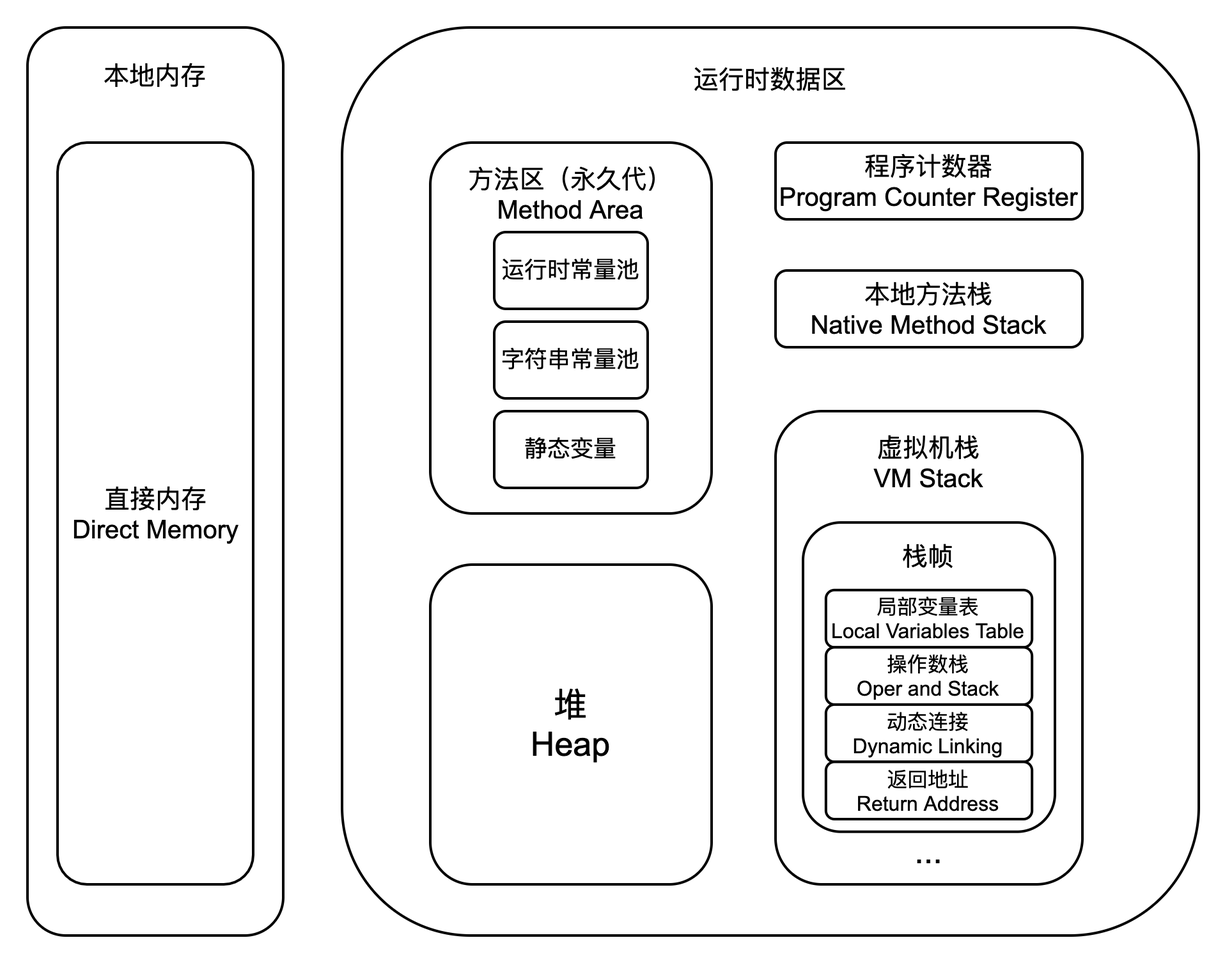
piaolingluo/piaolingluo.github.io keeps this draw.io diagram as src/notes/jvm/image/JVM内存区域-JDK1.6.png. Above is the earlier version. Source tidied: cells renumbered, new cells last; positions are measured from the earlier drawing's top-left corner, leaving out a move shared by most shapes. Its diagram source:
```xml
<mxGraphModel math="1">
  <root>
    <mxCell id="0" />
    <mxCell id="1" parent="0" />
    <mxCell id="2" style="rounded=1;whiteSpace=wrap;html=1;fontSize=20;" parent="1" vertex="1">
      <mxGeometry x="246" width="670" height="710" as="geometry" />
    </mxCell>
    <mxCell id="3" style="group;" parent="1" vertex="1">
      <mxGeometry x="315" y="420" width="220" height="250" as="geometry" />
    </mxCell>
    <mxCell id="4" style="rounded=1;whiteSpace=wrap;html=1;" parent="3" vertex="1">
      <mxGeometry width="220" height="250" as="geometry" />
    </mxCell>
    <mxCell id="5" value="&lt;font style=&quot;font-size: 26px&quot;&gt;堆&lt;br&gt;Heap&lt;br&gt;&lt;/font&gt;" style="text;html=1;strokeColor=none;fillColor=none;align=center;verticalAlign=middle;whiteSpace=wrap;rounded=0;" parent="3" vertex="1">
      <mxGeometry x="50" y="56.8" width="120" height="136.4" as="geometry" />
    </mxCell>
    <mxCell id="6" style="group;" parent="1" vertex="1">
      <mxGeometry x="315" y="90" width="220" height="300" as="geometry" />
    </mxCell>
    <mxCell id="7" style="rounded=1;whiteSpace=wrap;html=1;" parent="6" vertex="1">
      <mxGeometry width="220" height="290" as="geometry" />
    </mxCell>
    <mxCell id="8" style="group;" parent="6" vertex="1">
      <mxGeometry x="25" y="70" width="170" height="60" as="geometry" />
    </mxCell>
    <mxCell id="9" style="rounded=1;whiteSpace=wrap;html=1;" parent="8" vertex="1">
      <mxGeometry x="25" width="120" height="60" as="geometry" />
    </mxCell>
    <mxCell id="10" value="&lt;font style=&quot;font-size: 18px&quot;&gt;运行时常量池&lt;/font&gt;" style="text;html=1;strokeColor=none;fillColor=none;align=center;verticalAlign=middle;whiteSpace=wrap;rounded=0;" parent="8" vertex="1">
      <mxGeometry width="170" height="60" as="geometry" />
    </mxCell>
    <mxCell id="11" style="group;" parent="6" vertex="1">
      <mxGeometry x="25" y="140" width="170" height="60" as="geometry" />
    </mxCell>
    <mxCell id="12" style="rounded=1;whiteSpace=wrap;html=1;" parent="11" vertex="1">
      <mxGeometry x="25" width="120" height="60" as="geometry" />
    </mxCell>
    <mxCell id="13" value="&lt;font style=&quot;font-size: 18px&quot;&gt;字符串常量池&lt;/font&gt;" style="text;html=1;strokeColor=none;fillColor=none;align=center;verticalAlign=middle;whiteSpace=wrap;rounded=0;" parent="11" vertex="1">
      <mxGeometry width="170" height="60" as="geometry" />
    </mxCell>
    <mxCell id="14" value="&lt;font style=&quot;font-size: 20px&quot;&gt;方法区（永久代）&lt;br&gt;Method Area&lt;br&gt;&lt;/font&gt;" style="text;html=1;strokeColor=none;fillColor=none;align=center;verticalAlign=middle;whiteSpace=wrap;rounded=0;" parent="6" vertex="1">
      <mxGeometry x="15" y="10" width="190" height="60" as="geometry" />
    </mxCell>
    <mxCell id="15" style="group;" parent="6" vertex="1">
      <mxGeometry x="25" y="210" width="170" height="60" as="geometry" />
    </mxCell>
    <mxCell id="16" style="rounded=1;whiteSpace=wrap;html=1;" parent="15" vertex="1">
      <mxGeometry x="25" width="120" height="60" as="geometry" />
    </mxCell>
    <mxCell id="17" value="&lt;font style=&quot;font-size: 18px&quot;&gt;静态变量&lt;/font&gt;" style="text;html=1;strokeColor=none;fillColor=none;align=center;verticalAlign=middle;whiteSpace=wrap;rounded=0;" parent="15" vertex="1">
      <mxGeometry width="170" height="60" as="geometry" />
    </mxCell>
    <mxCell id="18" value="本地方法栈&lt;br&gt;Native Method Stack" style="rounded=1;whiteSpace=wrap;html=1;fontSize=20;" parent="1" vertex="1">
      <mxGeometry x="585" y="190" width="240" height="60" as="geometry" />
    </mxCell>
    <mxCell id="19" value="程序计数器&lt;br&gt;Program Counter Register" style="rounded=1;whiteSpace=wrap;html=1;fontSize=20;" parent="1" vertex="1">
      <mxGeometry x="585" y="90" width="240" height="60" as="geometry" />
    </mxCell>
    <mxCell id="20" style="group;" parent="1" vertex="1">
      <mxGeometry x="585" y="300" width="240" height="375" as="geometry" />
    </mxCell>
    <mxCell id="21" style="rounded=1;whiteSpace=wrap;html=1;fontSize=20;" parent="20" vertex="1">
      <mxGeometry width="240" height="370" as="geometry" />
    </mxCell>
    <mxCell id="22" style="group;" parent="20" vertex="1">
      <mxGeometry x="21.5" y="86.1" width="197" height="288.9" as="geometry" />
    </mxCell>
    <mxCell id="23" style="rounded=1;whiteSpace=wrap;html=1;" parent="22" vertex="1">
      <mxGeometry y="0.9" width="197" height="241.8" as="geometry" />
    </mxCell>
    <mxCell id="24" value="&lt;font style=&quot;font-size: 16px&quot;&gt;局部变量表&lt;br&gt;Local Variables Table&lt;br&gt;&lt;/font&gt;" style="rounded=1;whiteSpace=wrap;html=1;" parent="22" vertex="1">
      <mxGeometry x="17.9" y="53.7" width="161.2" height="44.8" as="geometry" />
    </mxCell>
    <mxCell id="25" value="&lt;font style=&quot;font-size: 16px&quot;&gt;操作数栈&lt;br&gt;Oper and Stack&lt;br&gt;&lt;/font&gt;" style="rounded=1;whiteSpace=wrap;html=1;" parent="22" vertex="1">
      <mxGeometry x="17.9" y="98.5" width="161.2" height="44.8" as="geometry" />
    </mxCell>
    <mxCell id="26" value="&lt;font style=&quot;font-size: 16px&quot;&gt;动态连接&lt;br&gt;Dynamic Linking&lt;br&gt;&lt;/font&gt;" style="rounded=1;whiteSpace=wrap;html=1;" parent="22" vertex="1">
      <mxGeometry x="17.9" y="143.3" width="161.2" height="44.8" as="geometry" />
    </mxCell>
    <mxCell id="27" value="&lt;font style=&quot;font-size: 16px&quot;&gt;返回地址&lt;br&gt;Return Address&lt;br&gt;&lt;/font&gt;" style="rounded=1;whiteSpace=wrap;html=1;" parent="22" vertex="1">
      <mxGeometry x="17.9" y="188.1" width="161.2" height="44.8" as="geometry" />
    </mxCell>
    <mxCell id="28" value="栈帧" style="text;html=1;strokeColor=none;fillColor=none;align=center;verticalAlign=middle;whiteSpace=wrap;rounded=0;fontSize=20;" parent="22" vertex="1">
      <mxGeometry x="44.8" width="107.5" height="53.7" as="geometry" />
    </mxCell>
    <mxCell id="29" value="&lt;font style=&quot;font-size: 26px&quot;&gt;...&lt;/font&gt;" style="text;html=1;strokeColor=none;fillColor=none;align=center;verticalAlign=middle;whiteSpace=wrap;rounded=0;fontSize=20;" parent="22" vertex="1">
      <mxGeometry x="38.5" y="228.9" width="120" height="60" as="geometry" />
    </mxCell>
    <mxCell id="30" value="虚拟机栈&lt;br&gt;VM Stack" style="text;html=1;strokeColor=none;fillColor=none;align=center;verticalAlign=middle;whiteSpace=wrap;rounded=0;fontSize=20;" parent="20" vertex="1">
      <mxGeometry x="60" y="10" width="120" height="60" as="geometry" />
    </mxCell>
    <mxCell id="31" value="运行时数据区" style="text;html=1;strokeColor=none;fillColor=none;align=center;verticalAlign=middle;whiteSpace=wrap;rounded=0;fontSize=20;" parent="1" vertex="1">
      <mxGeometry x="511" y="10" width="140" height="60" as="geometry" />
    </mxCell>
    <mxCell id="32" style="group;" parent="1" vertex="1">
      <mxGeometry width="200" height="710" as="geometry" />
    </mxCell>
    <mxCell id="33" style="rounded=1;whiteSpace=wrap;html=1;" parent="32" vertex="1">
      <mxGeometry width="200" height="710" as="geometry" />
    </mxCell>
    <mxCell id="34" value="&lt;span&gt;直接内存&lt;/span&gt;&lt;br&gt;&lt;span&gt;Direct Memory&lt;/span&gt;" style="rounded=1;whiteSpace=wrap;html=1;fontSize=20;" parent="32" vertex="1">
      <mxGeometry x="23.5" y="90" width="153" height="580" as="geometry" />
    </mxCell>
    <mxCell id="35" value="本地内存" style="text;html=1;strokeColor=none;fillColor=none;align=center;verticalAlign=middle;whiteSpace=wrap;rounded=0;fontSize=20;" parent="32" vertex="1">
      <mxGeometry x="30" width="140" height="73.4" as="geometry" />
    </mxCell>
  </root>
</mxGraphModel>
```
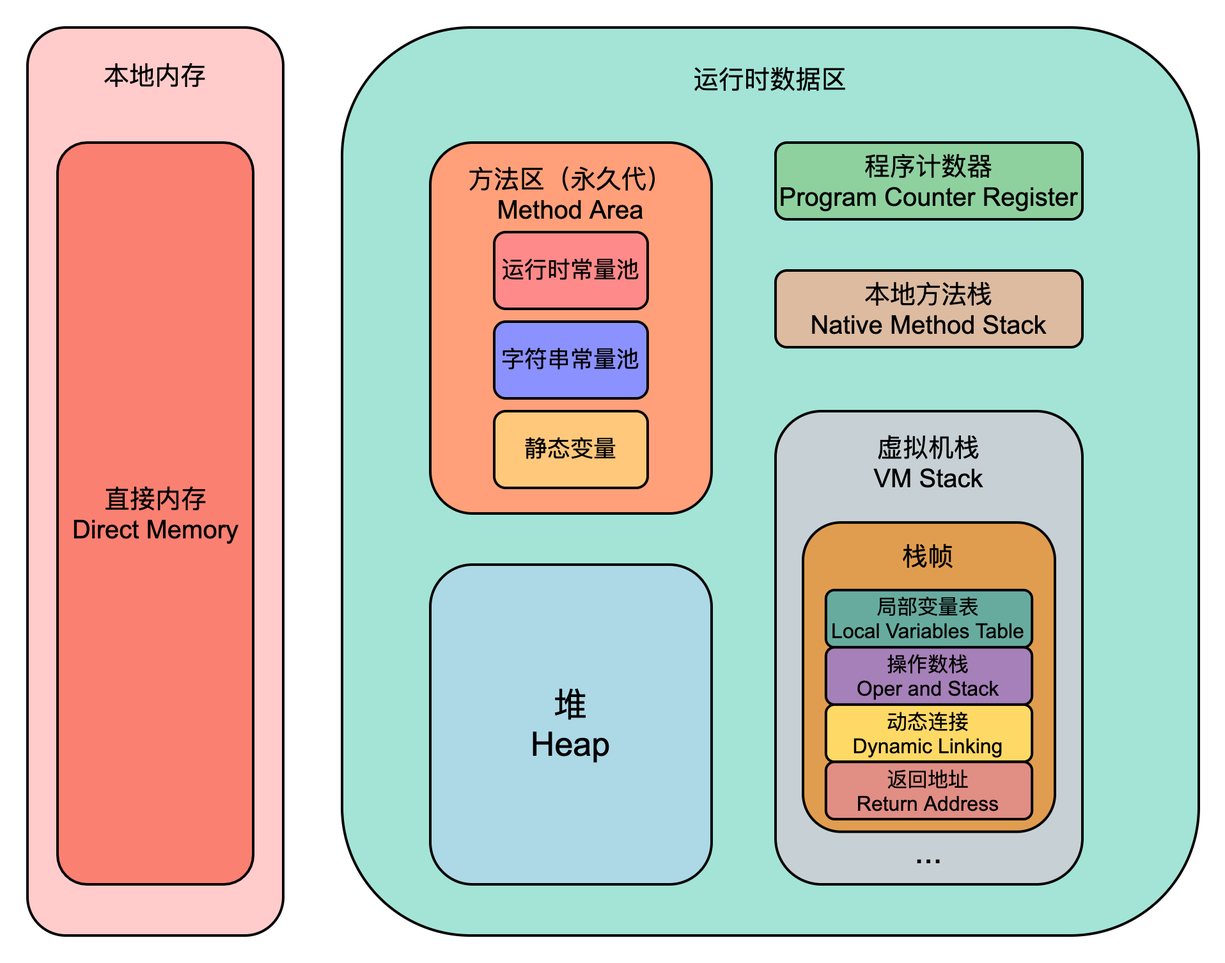
After the commit.

Change to the diagram source:
```diff
@@ -1,83 +1,38 @@
-<mxGraphModel math="1">
+<mxGraphModel>
   <root>
-    <mxCell id="0" />
-    <mxCell id="1" parent="0" />
-    <mxCell id="2" style="rounded=1;whiteSpace=wrap;html=1;fontSize=20;" parent="1" vertex="1">
-      <mxGeometry x="246" width="670" height="710" as="geometry" />
-    </mxCell>
-    <mxCell id="3" style="group;" parent="1" vertex="1">
-      <mxGeometry x="315" y="420" width="220" height="250" as="geometry" />
-    </mxCell>
-    <mxCell id="4" style="rounded=1;whiteSpace=wrap;html=1;" parent="3" vertex="1">
-      <mxGeometry width="220" height="250" as="geometry" />
-    </mxCell>
-    <mxCell id="5" value="&lt;font style=&quot;font-size: 26px&quot;&gt;堆&lt;br&gt;Heap&lt;br&gt;&lt;/font&gt;" style="text;html=1;strokeColor=none;fillColor=none;align=center;verticalAlign=middle;whiteSpace=wrap;rounded=0;" parent="3" vertex="1">
-      <mxGeometry x="50" y="56.8" width="120" height="136.4" as="geometry" />
-    </mxCell>
-    <mxCell id="6" style="group;" parent="1" vertex="1">
-      <mxGeometry x="315" y="90" width="220" height="300" as="geometry" />
-    </mxCell>
-    <mxCell id="7" style="rounded=1;whiteSpace=wrap;html=1;" parent="6" vertex="1">
-      <mxGeometry width="220" height="290" as="geometry" />
-    </mxCell>
-    <mxCell id="8" style="group;" parent="6" vertex="1">
-      <mxGeometry x="25" y="70" width="170" height="60" as="geometry" />
-    </mxCell>
-    <mxCell id="9" style="rounded=1;whiteSpace=wrap;html=1;" parent="8" vertex="1">
-      <mxGeometry x="25" width="120" height="60" as="geometry" />
-    </mxCell>
-    <mxCell id="10" value="&lt;font style=&quot;font-size: 18px&quot;&gt;运行时常量池&lt;/font&gt;" style="text;html=1;strokeColor=none;fillColor=none;align=center;verticalAlign=middle;whiteSpace=wrap;rounded=0;" parent="8" vertex="1">
-      <mxGeometry width="170" height="60" as="geometry" />
-    </mxCell>
-    <mxCell id="11" style="group;" parent="6" vertex="1">
-      <mxGeometry x="25" y="140" width="170" height="60" as="geometry" />
-    </mxCell>
-    <mxCell id="12" style="rounded=1;whiteSpace=wrap;html=1;" parent="11" vertex="1">
-      <mxGeometry x="25" width="120" height="60" as="geometry" />
-    </mxCell>
-    <mxCell id="13" value="&lt;font style=&quot;font-size: 18px&quot;&gt;字符串常量池&lt;/font&gt;" style="text;html=1;strokeColor=none;fillColor=none;align=center;verticalAlign=middle;whiteSpace=wrap;rounded=0;" parent="11" vertex="1">
-      <mxGeometry width="170" height="60" as="geometry" />
-    </mxCell>
-    <mxCell id="14" value="&lt;font style=&quot;font-size: 20px&quot;&gt;方法区（永久代）&lt;br&gt;Method Area&lt;br&gt;&lt;/font&gt;" style="text;html=1;strokeColor=none;fillColor=none;align=center;verticalAlign=middle;whiteSpace=wrap;rounded=0;" parent="6" vertex="1">
-      <mxGeometry x="15" y="10" width="190" height="60" as="geometry" />
-    </mxCell>
-    <mxCell id="15" style="group;" parent="6" vertex="1">
-      <mxGeometry x="25" y="210" width="170" height="60" as="geometry" />
-    </mxCell>
-    <mxCell id="16" style="rounded=1;whiteSpace=wrap;html=1;" parent="15" vertex="1">
-      <mxGeometry x="25" width="120" height="60" as="geometry" />
-    </mxCell>
-    <mxCell id="17" value="&lt;font style=&quot;font-size: 18px&quot;&gt;静态变量&lt;/font&gt;" style="text;html=1;strokeColor=none;fillColor=none;align=center;verticalAlign=middle;whiteSpace=wrap;rounded=0;" parent="15" vertex="1">
-      <mxGeometry width="170" height="60" as="geometry" />
-    </mxCell>
+    <mxCell id="36" />
+    <mxCell id="37" parent="36" />
+    <mxCell id="38" style="rounded=1;whiteSpace=wrap;html=1;fontSize=20;fillColor=#a3e4d7;" parent="37" vertex="1">
+      <mxGeometry x="246" width="670" height="710" as="geometry" />
+    </mxCell>
-    <mxCell id="18" value="本地方法栈&lt;br&gt;Native Method Stack" style="rounded=1;whiteSpace=wrap;html=1;fontSize=20;" parent="1" vertex="1">
+    <mxCell id="18" value="本地方法栈&lt;br&gt;Native Method Stack" style="rounded=1;whiteSpace=wrap;html=1;fontSize=20;fillColor=#dcbba1;" parent="37" vertex="1">
       <mxGeometry x="585" y="190" width="240" height="60" as="geometry" />
     </mxCell>
-    <mxCell id="19" value="程序计数器&lt;br&gt;Program Counter Register" style="rounded=1;whiteSpace=wrap;html=1;fontSize=20;" parent="1" vertex="1">
+    <mxCell id="19" value="程序计数器&lt;br&gt;Program Counter Register" style="rounded=1;whiteSpace=wrap;html=1;fontSize=20;fillColor=#8ed19f;" parent="37" vertex="1">
       <mxGeometry x="585" y="90" width="240" height="60" as="geometry" />
     </mxCell>
-    <mxCell id="20" style="group;" parent="1" vertex="1">
+    <mxCell id="20" style="group;" parent="37" vertex="1">
       <mxGeometry x="585" y="300" width="240" height="375" as="geometry" />
     </mxCell>
-    <mxCell id="21" style="rounded=1;whiteSpace=wrap;html=1;fontSize=20;" parent="20" vertex="1">
-      <mxGeometry width="240" height="370" as="geometry" />
-    </mxCell>
+    <mxCell id="39" style="rounded=1;whiteSpace=wrap;html=1;fontSize=20;fillColor=#c7d0d5;" parent="20" vertex="1">
+      <mxGeometry width="240" height="370" as="geometry" />
+    </mxCell>
     <mxCell id="22" style="group;" parent="20" vertex="1">
       <mxGeometry x="21.5" y="86.1" width="197" height="288.9" as="geometry" />
     </mxCell>
-    <mxCell id="23" style="rounded=1;whiteSpace=wrap;html=1;" parent="22" vertex="1">
-      <mxGeometry y="0.9" width="197" height="241.8" as="geometry" />
-    </mxCell>
+    <mxCell id="40" style="rounded=1;whiteSpace=wrap;html=1;fillColor=#e19d4f;" parent="22" vertex="1">
+      <mxGeometry y="0.9" width="197" height="241.8" as="geometry" />
+    </mxCell>
-    <mxCell id="24" value="&lt;font style=&quot;font-size: 16px&quot;&gt;局部变量表&lt;br&gt;Local Variables Table&lt;br&gt;&lt;/font&gt;" style="rounded=1;whiteSpace=wrap;html=1;" parent="22" vertex="1">
+    <mxCell id="24" value="&lt;font style=&quot;font-size: 16px&quot;&gt;局部变量表&lt;br&gt;Local Variables Table&lt;br&gt;&lt;/font&gt;" style="rounded=1;whiteSpace=wrap;html=1;fillColor=#67AB9F;" parent="22" vertex="1">
       <mxGeometry x="17.9" y="53.7" width="161.2" height="44.8" as="geometry" />
     </mxCell>
-    <mxCell id="25" value="&lt;font style=&quot;font-size: 16px&quot;&gt;操作数栈&lt;br&gt;Oper and Stack&lt;br&gt;&lt;/font&gt;" style="rounded=1;whiteSpace=wrap;html=1;" parent="22" vertex="1">
+    <mxCell id="25" value="&lt;font style=&quot;font-size: 16px&quot;&gt;操作数栈&lt;br&gt;Oper and Stack&lt;br&gt;&lt;/font&gt;" style="rounded=1;whiteSpace=wrap;html=1;fillColor=#A680B8;" parent="22" vertex="1">
       <mxGeometry x="17.9" y="98.5" width="161.2" height="44.8" as="geometry" />
     </mxCell>
-    <mxCell id="26" value="&lt;font style=&quot;font-size: 16px&quot;&gt;动态连接&lt;br&gt;Dynamic Linking&lt;br&gt;&lt;/font&gt;" style="rounded=1;whiteSpace=wrap;html=1;" parent="22" vertex="1">
+    <mxCell id="26" value="&lt;font style=&quot;font-size: 16px&quot;&gt;动态连接&lt;br&gt;Dynamic Linking&lt;br&gt;&lt;/font&gt;" style="rounded=1;whiteSpace=wrap;html=1;fillColor=#FFD966;" parent="22" vertex="1">
       <mxGeometry x="17.9" y="143.3" width="161.2" height="44.8" as="geometry" />
     </mxCell>
-    <mxCell id="27" value="&lt;font style=&quot;font-size: 16px&quot;&gt;返回地址&lt;br&gt;Return Address&lt;br&gt;&lt;/font&gt;" style="rounded=1;whiteSpace=wrap;html=1;" parent="22" vertex="1">
+    <mxCell id="27" value="&lt;font style=&quot;font-size: 16px&quot;&gt;返回地址&lt;br&gt;Return Address&lt;br&gt;&lt;/font&gt;" style="rounded=1;whiteSpace=wrap;html=1;fillColor=#e18e85;" parent="22" vertex="1">
       <mxGeometry x="17.9" y="188.1" width="161.2" height="44.8" as="geometry" />
     </mxCell>
     <mxCell id="28" value="栈帧" style="text;html=1;strokeColor=none;fillColor=none;align=center;verticalAlign=middle;whiteSpace=wrap;rounded=0;fontSize=20;" parent="22" vertex="1">
@@ -89,20 +44,44 @@
     <mxCell id="30" value="虚拟机栈&lt;br&gt;VM Stack" style="text;html=1;strokeColor=none;fillColor=none;align=center;verticalAlign=middle;whiteSpace=wrap;rounded=0;fontSize=20;" parent="20" vertex="1">
       <mxGeometry x="60" y="10" width="120" height="60" as="geometry" />
     </mxCell>
-    <mxCell id="31" value="运行时数据区" style="text;html=1;strokeColor=none;fillColor=none;align=center;verticalAlign=middle;whiteSpace=wrap;rounded=0;fontSize=20;" parent="1" vertex="1">
+    <mxCell id="31" value="运行时数据区" style="text;html=1;strokeColor=none;fillColor=none;align=center;verticalAlign=middle;whiteSpace=wrap;rounded=0;fontSize=20;" parent="37" vertex="1">
       <mxGeometry x="511" y="10" width="140" height="60" as="geometry" />
     </mxCell>
-    <mxCell id="32" style="group;" parent="1" vertex="1">
+    <mxCell id="32" style="group;" parent="37" vertex="1">
       <mxGeometry width="200" height="710" as="geometry" />
     </mxCell>
-    <mxCell id="33" style="rounded=1;whiteSpace=wrap;html=1;" parent="32" vertex="1">
-      <mxGeometry width="200" height="710" as="geometry" />
-    </mxCell>
+    <mxCell id="41" style="rounded=1;whiteSpace=wrap;html=1;fillColor=#ffcccb;" parent="32" vertex="1">
+      <mxGeometry width="200" height="710" as="geometry" />
+    </mxCell>
-    <mxCell id="34" value="&lt;span&gt;直接内存&lt;/span&gt;&lt;br&gt;&lt;span&gt;Direct Memory&lt;/span&gt;" style="rounded=1;whiteSpace=wrap;html=1;fontSize=20;" parent="32" vertex="1">
+    <mxCell id="34" value="&lt;span&gt;直接内存&lt;/span&gt;&lt;br&gt;&lt;span&gt;Direct Memory&lt;/span&gt;" style="rounded=1;whiteSpace=wrap;html=1;fontSize=20;fillColor=#fa8072;" parent="32" vertex="1">
       <mxGeometry x="23.5" y="90" width="153" height="580" as="geometry" />
     </mxCell>
     <mxCell id="35" value="本地内存" style="text;html=1;strokeColor=none;fillColor=none;align=center;verticalAlign=middle;whiteSpace=wrap;rounded=0;fontSize=20;" parent="32" vertex="1">
       <mxGeometry x="30" width="140" height="73.4" as="geometry" />
     </mxCell>
+    <mxCell id="42" style="rounded=1;whiteSpace=wrap;html=1;fillColor=#add8e6;" parent="37" vertex="1">
+      <mxGeometry x="315" y="420" width="220" height="250" as="geometry" />
+    </mxCell>
+    <mxCell id="5" value="&lt;font style=&quot;font-size: 26px&quot;&gt;堆&lt;br&gt;Heap&lt;br&gt;&lt;/font&gt;" style="text;html=1;strokeColor=none;fillColor=none;align=center;verticalAlign=middle;whiteSpace=wrap;rounded=0;" parent="37" vertex="1">
+      <mxGeometry x="365" y="476.8" width="120" height="136.4" as="geometry" />
+    </mxCell>
+    <mxCell id="43" style="group;" parent="37" vertex="1">
+      <mxGeometry x="315" y="90" width="220" height="290" as="geometry" />
+    </mxCell>
+    <mxCell id="44" style="rounded=1;whiteSpace=wrap;html=1;fillColor=#ffa07a;" parent="43" vertex="1">
+      <mxGeometry width="220" height="290" as="geometry" />
+    </mxCell>
+    <mxCell id="14" value="&lt;font style=&quot;font-size: 20px&quot;&gt;方法区（永久代）&lt;br&gt;Method Area&lt;br&gt;&lt;/font&gt;" style="text;html=1;strokeColor=none;fillColor=none;align=center;verticalAlign=middle;whiteSpace=wrap;rounded=0;" parent="43" vertex="1">
+      <mxGeometry x="15" y="10" width="190" height="60" as="geometry" />
+    </mxCell>
+    <mxCell id="10" value="&lt;span style=&quot;font-size: 18px&quot;&gt;运行时常量池&lt;/span&gt;" style="rounded=1;whiteSpace=wrap;html=1;fillColor=#FF8a8a;" parent="43" vertex="1">
+      <mxGeometry x="50" y="70" width="120" height="60" as="geometry" />
+    </mxCell>
+    <mxCell id="13" value="&lt;span style=&quot;font-size: 18px&quot;&gt;字符串常量池&lt;/span&gt;" style="rounded=1;whiteSpace=wrap;html=1;fillColor=#8b91ff;" parent="43" vertex="1">
+      <mxGeometry x="50" y="140" width="120" height="60" as="geometry" />
+    </mxCell>
+    <mxCell id="17" value="&lt;span style=&quot;font-size: 18px&quot;&gt;静态变量&lt;/span&gt;" style="rounded=1;whiteSpace=wrap;html=1;fillColor=#FFc87b;" parent="43" vertex="1">
+      <mxGeometry x="50" y="210" width="120" height="60" as="geometry" />
+    </mxCell>
   </root>
 </mxGraphModel>
```
